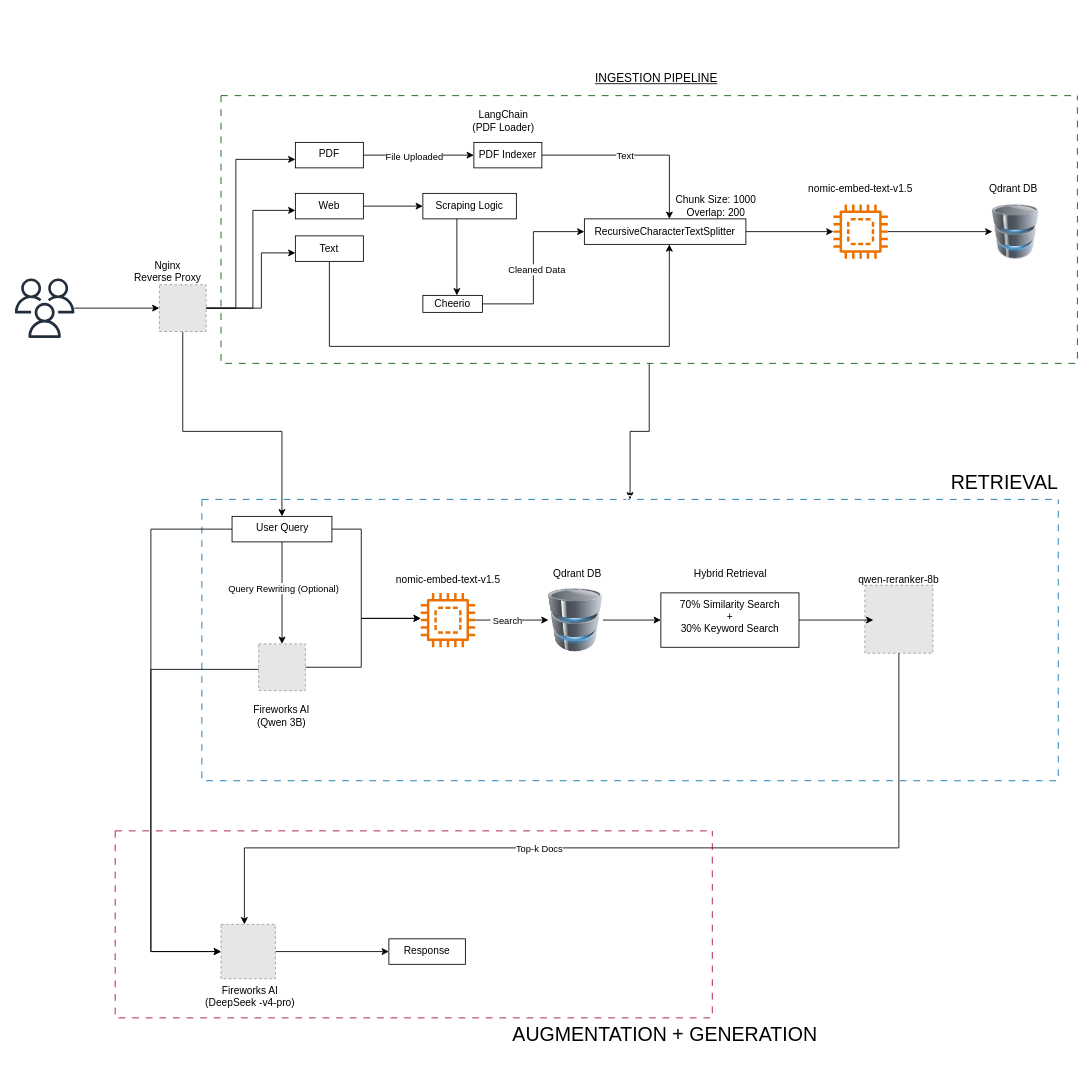
This is KnowChain.drawio from vixxk/KnowChain, a draw.io file, before an edit. Source tidied: cells renumbered, new cells numbered last; positions are measured from the earlier drawing's top-left corner, leaving out a move shared by most shapes. Both pictures are drawn from the tidied source at 85%, with x=0, y=0 at pixel (14, 65). Pictures stored in the file or linked from it are replaced by grey dashed boxes.
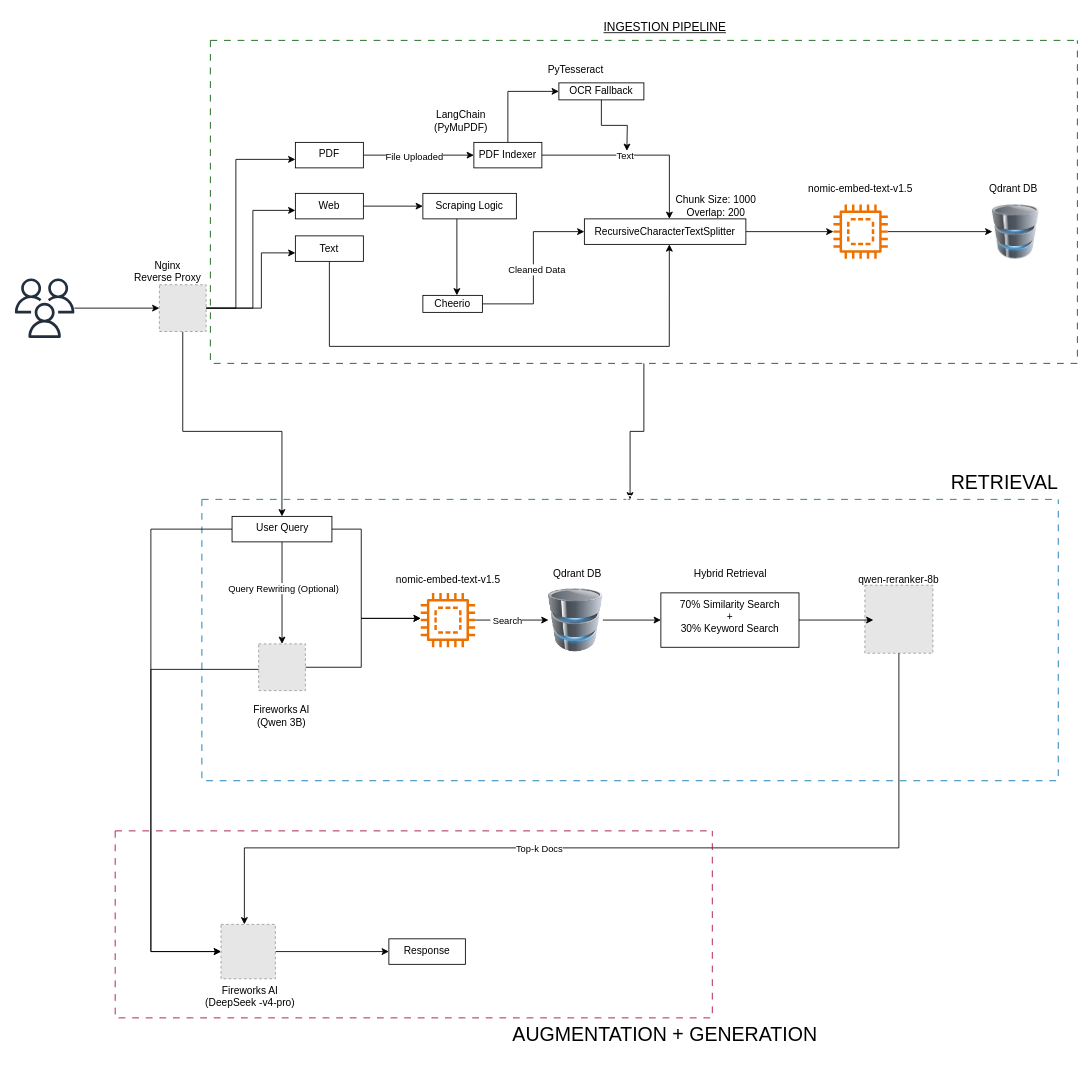
After the change.

Unchanged cells that the change refers to:
```xml
<mxCell id="19" value="PDF Indexer" style="rounded=0;whiteSpace=wrap;html=1;" parent="1" vertex="1">
  <mxGeometry x="540" y="90" width="80" height="30" as="geometry" />
</mxCell>
```

What changed in the source:
```diff
@@
+    <mxCell id="68" style="edgeStyle=orthogonalEdgeStyle;rounded=0;jettySize=auto;html=1;entryX=0;entryY=0.5;entryDx=0;entryDy=0;" parent="1" edge="1" source="19" target="70">
+      <mxGeometry x="-0.42" relative="1" as="geometry">
+        <Array as="points">
+          <mxPoint x="580" y="30" />
+        </Array>
+      </mxGeometry>
+    </mxCell>
@@
-    <mxCell id="20" value="LangChain (PDF Loader)" style="text;html=1;whiteSpace=wrap;strokeColor=none;fillColor=none;align=center;verticalAlign=middle;rounded=0;" parent="1" vertex="1">
-      <mxGeometry x="530" y="50" width="90" height="30" as="geometry" />
-    </mxCell>
@@
     <mxCell id="35" style="swimlane;startSize=0;fillColor=#008a00;fontColor=#ffffff;strokeColor=#005700;dashed=1;dashPattern=8 8;" parent="1" vertex="1">
-      <mxGeometry x="242.5" y="35" width="1007.5" height="315" as="geometry" />
+      <mxGeometry x="230" y="-30" width="1020" height="380" as="geometry" />
     </mxCell>
+    <mxCell id="20" value="LangChain (PyMuPDF)" style="text;html=1;whiteSpace=wrap;strokeColor=none;fillColor=none;align=center;verticalAlign=middle;rounded=0;" parent="35" vertex="1">
+      <mxGeometry x="250" y="80" width="90" height="30" as="geometry" />
+    </mxCell>
+    <mxCell id="69" style="edgeStyle=orthogonalEdgeStyle;rounded=0;jettySize=auto;html=1;" parent="35" edge="1" source="70">
+      <mxGeometry relative="1" as="geometry">
+        <mxPoint x="490" y="130" as="targetPoint" />
+      </mxGeometry>
+    </mxCell>
+    <mxCell id="70" value="OCR Fallback" style="rounded=0;whiteSpace=wrap;html=1;" parent="35" vertex="1">
+      <mxGeometry x="410" y="50" width="100" height="20" as="geometry" />
+    </mxCell>
+    <mxCell id="71" value="PyTesseract" style="text;html=1;whiteSpace=wrap;strokeColor=none;fillColor=none;align=center;verticalAlign=middle;rounded=0;" parent="35" vertex="1">
+      <mxGeometry x="400" y="20" width="60" height="30" as="geometry" />
+    </mxCell>
     <mxCell id="36" value="INGESTION PIPELINE" style="text;html=1;whiteSpace=wrap;strokeColor=none;fillColor=none;align=center;verticalAlign=middle;rounded=0;fontColor=light-dark(#000000,#33FF33);fontSize=14;fontStyle=4;" parent="1" vertex="1">
-      <mxGeometry x="610" width="290" height="30" as="geometry" />
+      <mxGeometry x="620" y="-60" width="290" height="30" as="geometry" />
     </mxCell>
```
